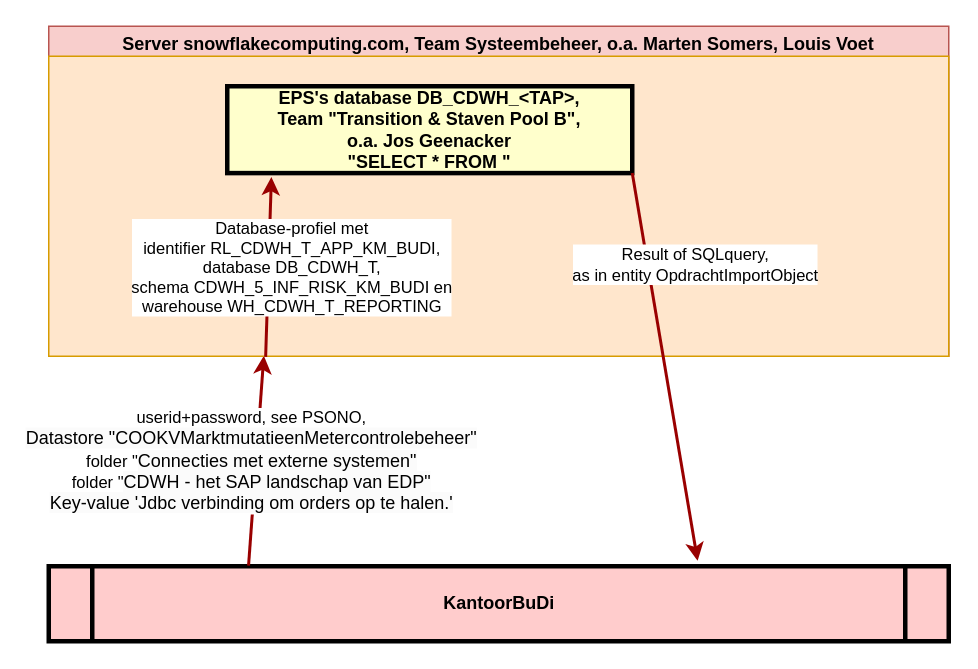
The draw.io diagram Enexis - OpnameOrders ophalen uit EPS.drawio in TimvanSteenbergen/drawio, before the edit. Source tidied: cells renumbered, new cells numbered last; positions are measured from the earlier drawing's top-left corner, leaving out a move shared by most shapes. Both pictures are drawn from the tidied source at 150%, with x=0, y=0 at pixel (48, 26).
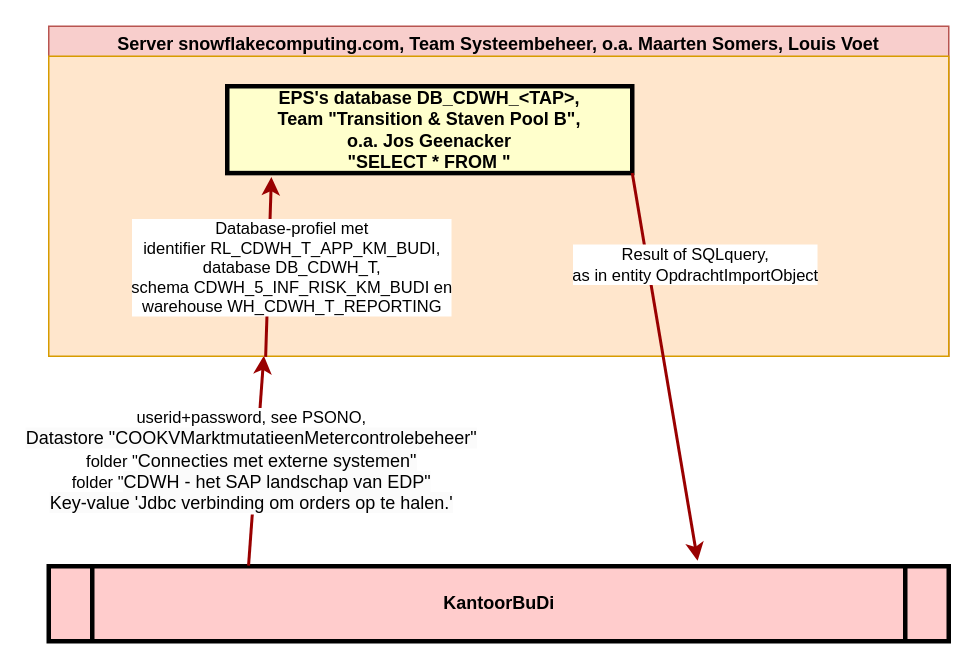
The same page after the edit.

Diff of the diagram source:
```diff
@@
 <mxGraphModel>
   <root>
     <mxCell id="0" />
     <mxCell id="1" parent="0" />
     <mxCell id="2" value="KantoorBuDi" style="shape=process;whiteSpace=wrap;align=center;verticalAlign=middle;size=0.0475;fontStyle=1;strokeWidth=3;fillColor=#FFCCCC;" parent="1" vertex="1">
       <mxGeometry y="360" width="600" height="50" as="geometry" />
     </mxCell>
     <mxCell id="3" style="edgeStyle=none;noEdgeStyle=1;strokeColor=#990000;strokeWidth=2;startArrow=classic;startFill=1;endArrow=none;endFill=0;entryX=0.222;entryY=-0.008;entryDx=0;entryDy=0;entryPerimeter=0;exitX=0.239;exitY=0.998;exitDx=0;exitDy=0;exitPerimeter=0;" parent="1" edge="1" source="7" target="2">
       <mxGeometry relative="1" as="geometry" />
     </mxCell>
     <mxCell id="4" value="Text" style="edgeLabel;html=1;align=center;verticalAlign=middle;" parent="3" vertex="1">
       <mxGeometry x="-0.02" y="-2" relative="1" as="geometry" />
     </mxCell>
     <mxCell id="5" value="userid+password, see PSONO,&lt;br style=&quot;border-color: var(--border-color); padding: 0px; margin: 0px; font-size: 12px; background-color: rgb(251, 251, 251);&quot;&gt;&lt;span style=&quot;font-size: 12px; background-color: rgb(251, 251, 251);&quot;&gt;Datastore &quot;COOKVMarktmutatieenMetercontrolebeheer&quot;&lt;/span&gt;&lt;br style=&quot;border-color: var(--border-color); padding: 0px; margin: 0px; font-size: 12px; background-color: rgb(251, 251, 251);&quot;&gt;folder &quot;&lt;span style=&quot;font-size: 12px; background-color: rgb(251, 251, 251);&quot;&gt;Connecties met externe systemen&quot;&lt;/span&gt;&lt;br style=&quot;border-color: var(--border-color); padding: 0px; margin: 0px; font-size: 12px; background-color: rgb(251, 251, 251);&quot;&gt;folder &quot;&lt;span style=&quot;font-size: 12px; background-color: rgb(251, 251, 251);&quot;&gt;CDWH - het SAP landschap van EDP&quot;&lt;/span&gt;&lt;br style=&quot;border-color: var(--border-color); padding: 0px; margin: 0px; font-size: 12px; background-color: rgb(251, 251, 251);&quot;&gt;&lt;span style=&quot;font-size: 12px; background-color: rgb(251, 251, 251);&quot;&gt;Key-value 'Jdbc verbinding om orders op te halen.'&lt;/span&gt;" style="edgeLabel;html=1;align=center;verticalAlign=middle;" parent="3" vertex="1">
       <mxGeometry y="-4" relative="1" as="geometry" />
     </mxCell>
-    <mxCell id="6" value="Server&amp;nbsp;snowflakecomputing.com, Team Systeembeheer, o.a. Marten Somers, Louis Voet" style="swimlane;whiteSpace=wrap;html=1;fillColor=#f8cecc;strokeColor=#b85450;swimlaneLine=0;glass=0;shadow=0;" parent="1" vertex="1">
+    <mxCell id="6" value="Server&amp;nbsp;snowflakecomputing.com, Team Systeembeheer, o.a. Maarten Somers, Louis Voet" style="swimlane;whiteSpace=wrap;html=1;fillColor=#f8cecc;strokeColor=#b85450;swimlaneLine=0;glass=0;shadow=0;" parent="1" vertex="1">
       <mxGeometry width="600" height="220" as="geometry" />
     </mxCell>
     <mxCell id="7" style="rounded=0;whiteSpace=wrap;html=1;fillColor=#ffe6cc;strokeColor=#d79b00;" parent="6" vertex="1">
       <mxGeometry y="20" width="600" height="200" as="geometry" />
     </mxCell>
     <mxCell id="8" value="EPS's database DB_CDWH_&lt;TAP&gt;, &#10;Team &quot;Transition &amp; Staven Pool B&quot;, &#10;o.a. Jos Geenacker&#10;&quot;SELECT * FROM &quot;" style="whiteSpace=wrap;align=center;verticalAlign=middle;fontStyle=1;strokeWidth=3;fillColor=#FFFFCC;" parent="6" vertex="1">
       <mxGeometry x="119" y="40" width="270" height="57.9" as="geometry" />
     </mxCell>
     <mxCell id="9" style="edgeStyle=none;noEdgeStyle=1;strokeColor=#990000;strokeWidth=2;startArrow=classic;startFill=1;endArrow=none;endFill=0;exitX=0.109;exitY=1.044;exitDx=0;exitDy=0;exitPerimeter=0;entryX=0.241;entryY=1.002;entryDx=0;entryDy=0;entryPerimeter=0;" parent="6" edge="1" source="8" target="7">
       <mxGeometry relative="1" as="geometry" />
     </mxCell>
     <mxCell id="10" value="Database-profiel met &lt;br&gt;identifier RL_CDWH_T_APP_KM_BUDI,&lt;br&gt;database DB_CDWH_T, &lt;br&gt;schema CDWH_5_INF_RISK_KM_BUDI en &lt;br&gt;warehouse&amp;nbsp;WH_CDWH_T_REPORTING" style="edgeLabel;html=1;align=center;verticalAlign=middle;" parent="9" vertex="1">
       <mxGeometry x="-0.02" y="-2" relative="1" as="geometry">
         <mxPoint x="17" y="1" as="offset" />
       </mxGeometry>
     </mxCell>
     <mxCell id="11" style="edgeStyle=none;noEdgeStyle=1;strokeColor=#990000;strokeWidth=2;startArrow=classic;startFill=1;endArrow=none;endFill=0;exitX=0.721;exitY=-0.072;exitDx=0;exitDy=0;exitPerimeter=0;entryX=1;entryY=1;entryDx=0;entryDy=0;" parent="1" edge="1" source="2" target="8">
       <mxGeometry relative="1" as="geometry" />
     </mxCell>
     <mxCell id="12" value="Result of SQLquery, &lt;br&gt;as in entity OpdrachtImportObject" style="edgeLabel;html=1;align=center;verticalAlign=middle;" parent="11" vertex="1">
       <mxGeometry x="-0.02" y="-2" relative="1" as="geometry">
         <mxPoint x="17" y="-71" as="offset" />
       </mxGeometry>
     </mxCell>
   </root>
 </mxGraphModel>
```
